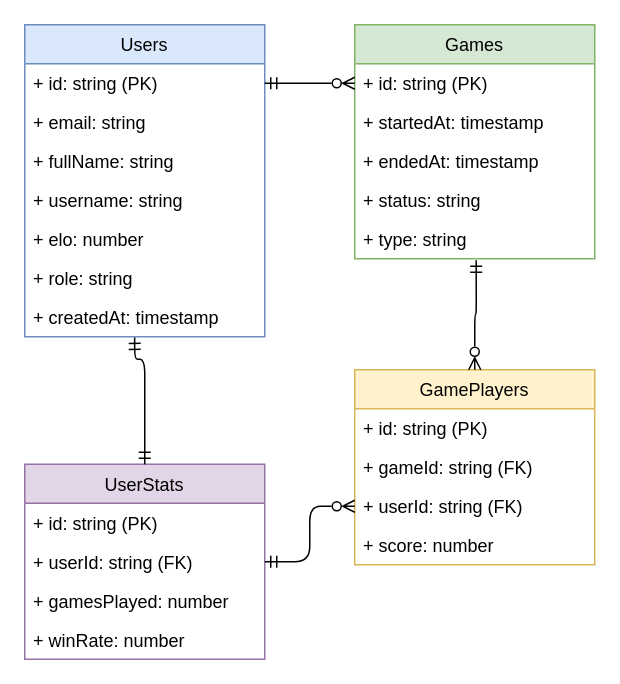
Gilad-Weinberger/LangameWeb keeps this draw.io diagram as database-diagram.drawio. Above is the earlier version. Source tidied: cells renumbered, new cells numbered last; positions are measured from the earlier drawing's top-left corner, leaving out a move shared by most shapes. Both pictures are drawn from the tidied source at 150%, with x=0, y=0 at pixel (24, 24).
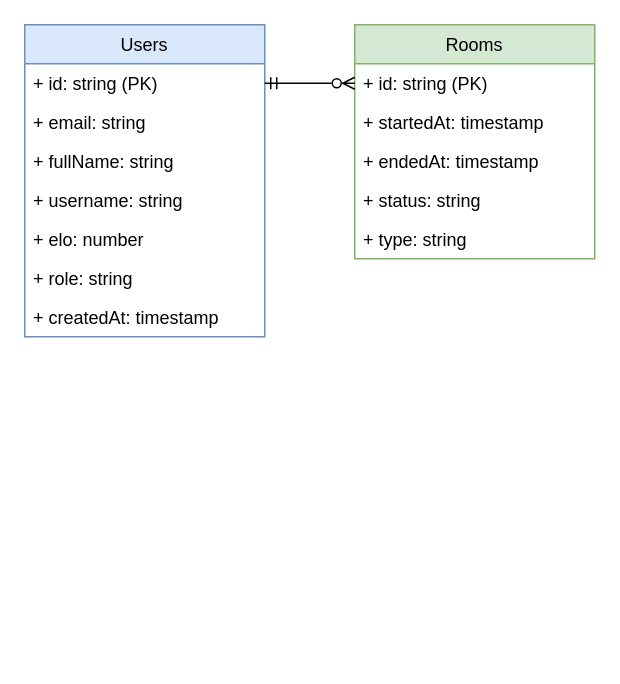
The same diagram, later.

The change refers to these unchanged cells:
```xml
<mxCell id="9" value="+ createdAt: timestamp" style="text;strokeColor=none;fillColor=none;align=left;verticalAlign=top;spacingLeft=4;spacingRight=4;overflow=hidden;points=[[0,0.5],[1,0.5]];portConstraint=eastwest;" parent="2" vertex="1">
  <mxGeometry y="182" width="160" height="26" as="geometry" />
</mxCell>
<mxCell id="15" value="+ type: string" style="text;strokeColor=none;fillColor=none;align=left;verticalAlign=top;spacingLeft=4;spacingRight=4;overflow=hidden;points=[[0,0.5],[1,0.5]];portConstraint=eastwest;" parent="10" vertex="1">
  <mxGeometry y="130" width="160" height="26" as="geometry" />
</mxCell>
```

Change to the diagram source:
```diff
@@
-    <mxCell id="10" value="Games" style="swimlane;fontStyle=0;horizontal=1;startSize=26;fillColor=#d5e8d4;strokeColor=#82b366;" parent="1" vertex="1">
+    <mxCell id="10" value="Rooms" style="swimlane;fontStyle=0;horizontal=1;startSize=26;fillColor=#d5e8d4;strokeColor=#82b366;" parent="1" vertex="1">
       <mxGeometry x="220" width="160" height="156" as="geometry" />
     </mxCell>
@@
-    <mxCell id="16" value="GamePlayers" style="swimlane;fontStyle=0;horizontal=1;startSize=26;fillColor=#fff2cc;strokeColor=#d6b656;" parent="1" vertex="1">
-      <mxGeometry x="220" y="230" width="160" height="130" as="geometry" />
-    </mxCell>
-    <mxCell id="17" value="+ id: string (PK)" style="text;strokeColor=none;fillColor=none;align=left;verticalAlign=top;spacingLeft=4;spacingRight=4;overflow=hidden;" parent="16" vertex="1">
-      <mxGeometry y="26" width="160" height="26" as="geometry" />
-    </mxCell>
-    <mxCell id="18" value="+ gameId: string (FK)" style="text;strokeColor=none;fillColor=none;align=left;verticalAlign=top;spacingLeft=4;spacingRight=4;overflow=hidden;" parent="16" vertex="1">
-      <mxGeometry y="52" width="160" height="26" as="geometry" />
-    </mxCell>
-    <mxCell id="19" value="+ userId: string (FK)" style="text;strokeColor=none;fillColor=none;align=left;verticalAlign=top;spacingLeft=4;spacingRight=4;overflow=hidden;points=[[0,0.5],[1,0.5]];portConstraint=eastwest;" parent="16" vertex="1">
-      <mxGeometry y="78" width="160" height="26" as="geometry" />
-    </mxCell>
-    <mxCell id="20" value="+ score: number" style="text;strokeColor=none;fillColor=none;align=left;verticalAlign=top;spacingLeft=4;spacingRight=4;overflow=hidden;" parent="16" vertex="1">
-      <mxGeometry y="104" width="160" height="26" as="geometry" />
-    </mxCell>
-    <mxCell id="21" value="UserStats" style="swimlane;fontStyle=0;horizontal=1;startSize=26;fillColor=#e1d5e7;strokeColor=#9673a6;" parent="1" vertex="1">
-      <mxGeometry y="293" width="160" height="130" as="geometry" />
-    </mxCell>
-    <mxCell id="22" value="+ id: string (PK)" style="text;strokeColor=none;fillColor=none;align=left;verticalAlign=top;spacingLeft=4;spacingRight=4;overflow=hidden;" parent="21" vertex="1">
-      <mxGeometry y="26" width="160" height="26" as="geometry" />
-    </mxCell>
-    <mxCell id="23" value="+ userId: string (FK)" style="text;strokeColor=none;fillColor=none;align=left;verticalAlign=top;spacingLeft=4;spacingRight=4;overflow=hidden;points=[[0,0.5],[1,0.5]];portConstraint=eastwest;" parent="21" vertex="1">
-      <mxGeometry y="52" width="160" height="26" as="geometry" />
-    </mxCell>
-    <mxCell id="24" value="+ gamesPlayed: number" style="text;strokeColor=none;fillColor=none;align=left;verticalAlign=top;spacingLeft=4;spacingRight=4;overflow=hidden;" parent="21" vertex="1">
-      <mxGeometry y="78" width="160" height="26" as="geometry" />
-    </mxCell>
-    <mxCell id="25" value="+ winRate: number" style="text;strokeColor=none;fillColor=none;align=left;verticalAlign=top;spacingLeft=4;spacingRight=4;overflow=hidden;" parent="21" vertex="1">
-      <mxGeometry y="104" width="160" height="26" as="geometry" />
-    </mxCell>
@@
-    <mxCell id="27" style="edgeStyle=orthogonalEdgeStyle;html=1;exitX=0.5;exitY=0;exitDx=0;exitDy=0;entryX=0.458;entryY=1.016;entryDx=0;entryDy=0;startArrow=ERmandOne;startFill=0;endArrow=ERmandOne;endFill=0;entryPerimeter=0;" parent="1" edge="1" source="21" target="9">
-      <mxGeometry relative="1" as="geometry">
-        <Array as="points">
-          <mxPoint x="80" y="223" />
-          <mxPoint x="73" y="223" />
-        </Array>
-      </mxGeometry>
-    </mxCell>
-    <mxCell id="28" style="edgeStyle=orthogonalEdgeStyle;html=1;exitX=0.5;exitY=0;exitDx=0;exitDy=0;entryX=0.506;entryY=1.038;entryDx=0;entryDy=0;entryPerimeter=0;startArrow=ERzeroToMany;startFill=0;endArrow=ERmandOne;endFill=0;" parent="1" edge="1" source="16" target="15">
-      <mxGeometry relative="1" as="geometry" />
-    </mxCell>
-    <mxCell id="29" style="edgeStyle=orthogonalEdgeStyle;html=1;exitX=0;exitY=0.5;exitDx=0;exitDy=0;entryX=1;entryY=0.5;entryDx=0;entryDy=0;startArrow=ERzeroToMany;startFill=0;endArrow=ERmandOne;endFill=0;" parent="1" edge="1" source="19" target="23">
-      <mxGeometry relative="1" as="geometry" />
-    </mxCell>
```
